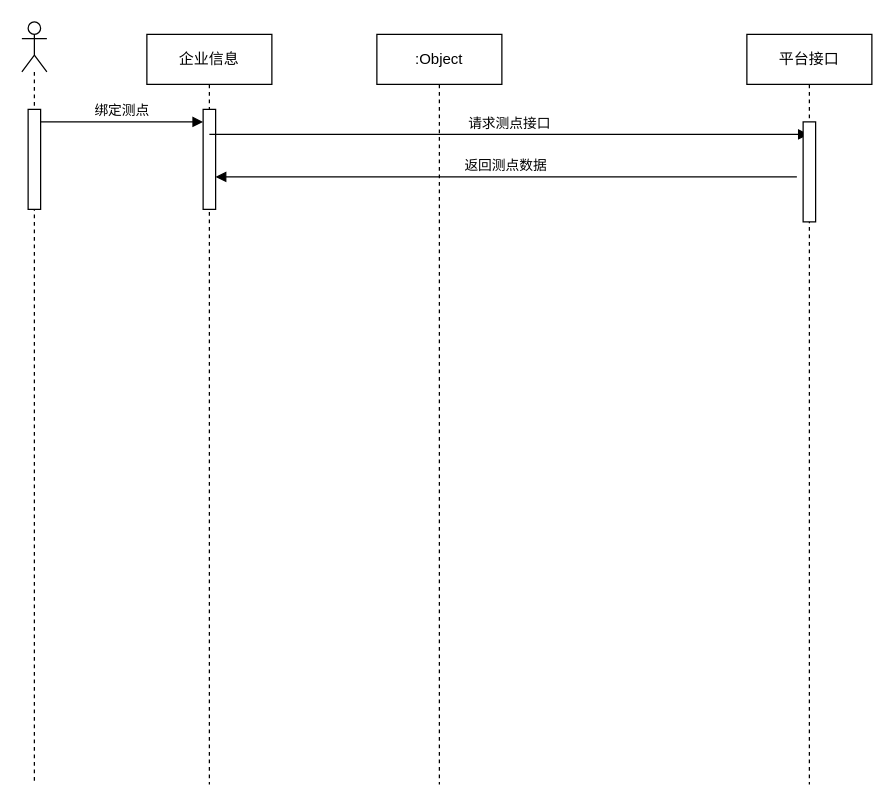
The draw.io diagram Untitled Diagram.drawio in Coco-katarina/UML, before the edit. Source tidied: cells renumbered, new cells numbered last; positions are measured from the earlier drawing's top-left corner, leaving out a move shared by most shapes. Both pictures are drawn from the tidied source at 125%, with x=0, y=0 at pixel (21, 21).
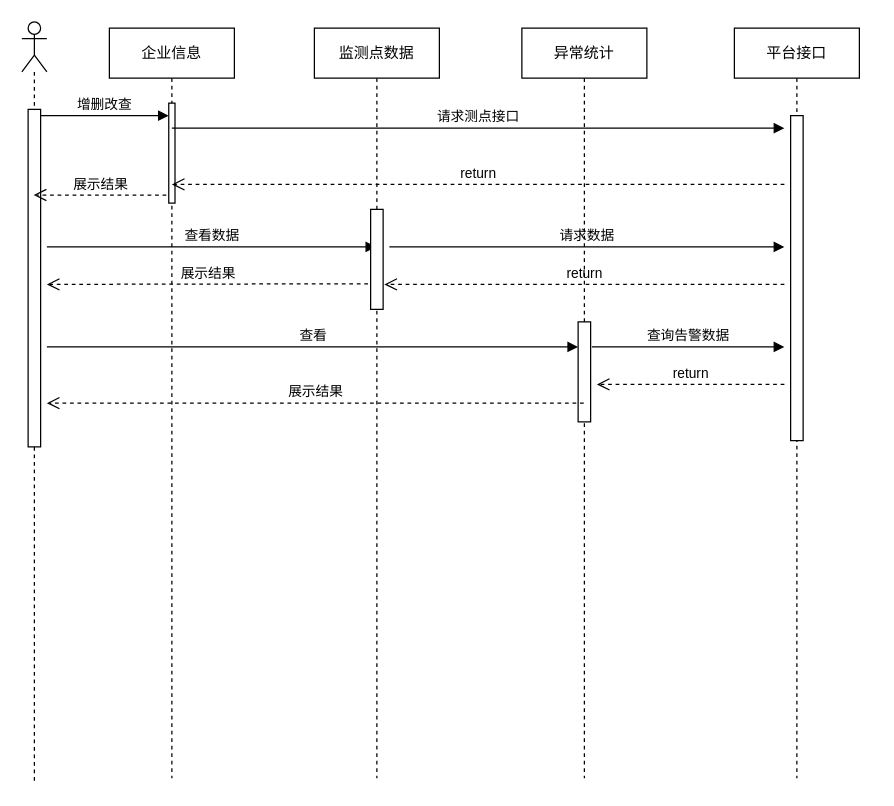
The same page after the edit.

Commit message:
南昌二期环保.drawio

Unchanged cells that the change refers to:
```xml
<mxCell id="5" style="shape=umlLifeline;participant=umlActor;perimeter=lifelinePerimeter;whiteSpace=wrap;html=1;verticalAlign=top;spacingTop=36;outlineConnect=0;" parent="1" vertex="1">
  <mxGeometry width="20" height="610" as="geometry" />
</mxCell>
```

The edit, as a diff of the source:
```diff
@@
     <mxCell id="2" value="企业信息" style="shape=umlLifeline;perimeter=lifelinePerimeter;whiteSpace=wrap;html=1;" parent="1" vertex="1">
-      <mxGeometry x="100" y="10" width="100" height="600" as="geometry" />
+      <mxGeometry x="70" y="5" width="100" height="600" as="geometry" />
     </mxCell>
     <mxCell id="3" style="html=1;points=[];perimeter=orthogonalPerimeter;" parent="2" vertex="1">
-      <mxGeometry x="45" y="60" width="10" height="80" as="geometry" />
+      <mxGeometry x="47.5" y="60" width="5" height="80" as="geometry" />
     </mxCell>
-    <mxCell id="4" value="请求测点接口" style="html=1;verticalAlign=bottom;endArrow=block;" parent="2" edge="1" target="7">
+    <mxCell id="4" value="请求测点接口" style="html=1;verticalAlign=bottom;endArrow=block;exitX=0.5;exitY=0.25;exitDx=0;exitDy=0;exitPerimeter=0;" parent="2" edge="1" source="3">
       <mxGeometry relative="1" as="geometry">
-        <mxPoint x="50" y="80" as="sourcePoint" />
+        <mxPoint x="540" y="80" as="targetPoint" />
       </mxGeometry>
     </mxCell>
@@
     <mxCell id="6" style="html=1;points=[];perimeter=orthogonalPerimeter;" parent="5" vertex="1">
-      <mxGeometry x="5" y="70" width="10" height="80" as="geometry" />
+      <mxGeometry x="5" y="70" width="10" height="270" as="geometry" />
     </mxCell>
+    <mxCell id="12" value="查看数据" style="html=1;verticalAlign=bottom;endArrow=block;" parent="5" edge="1" target="9">
+      <mxGeometry relative="1" as="geometry">
+        <mxPoint x="20" y="180" as="sourcePoint" />
+      </mxGeometry>
+    </mxCell>
+    <mxCell id="13" value="查看" style="html=1;verticalAlign=bottom;endArrow=block;" parent="5" edge="1" target="21">
+      <mxGeometry relative="1" as="geometry">
+        <mxPoint x="20" y="260" as="sourcePoint" />
+      </mxGeometry>
+    </mxCell>
     <mxCell id="7" value="平台接口" style="shape=umlLifeline;perimeter=lifelinePerimeter;whiteSpace=wrap;html=1;outlineConnect=0;" parent="1" vertex="1">
-      <mxGeometry x="580" y="10" width="100" height="600" as="geometry" />
+      <mxGeometry x="570" y="5" width="100" height="600" as="geometry" />
     </mxCell>
     <mxCell id="8" style="html=1;points=[];perimeter=orthogonalPerimeter;" parent="7" vertex="1">
-      <mxGeometry x="45" y="70" width="10" height="80" as="geometry" />
+      <mxGeometry x="45" y="70" width="10" height="260" as="geometry" />
     </mxCell>
-    <mxCell id="9" value=":Object" style="shape=umlLifeline;perimeter=lifelinePerimeter;whiteSpace=wrap;html=1;outlineConnect=0;" parent="1" vertex="1">
-      <mxGeometry x="284" y="10" width="100" height="600" as="geometry" />
+    <mxCell id="9" value="监测点数据" style="shape=umlLifeline;perimeter=lifelinePerimeter;whiteSpace=wrap;html=1;outlineConnect=0;" parent="1" vertex="1">
+      <mxGeometry x="234" y="5" width="100" height="600" as="geometry" />
     </mxCell>
+    <mxCell id="14" style="html=1;points=[];perimeter=orthogonalPerimeter;" parent="9" vertex="1">
+      <mxGeometry x="45" y="145" width="10" height="80" as="geometry" />
+    </mxCell>
+    <mxCell id="15" value="请求数据" style="html=1;verticalAlign=bottom;endArrow=block;" parent="9" edge="1">
+      <mxGeometry relative="1" as="geometry">
+        <mxPoint x="60" y="175" as="sourcePoint" />
+        <mxPoint x="376" y="175" as="targetPoint" />
+      </mxGeometry>
+    </mxCell>
-    <mxCell id="10" value="绑定测点&lt;br&gt;" style="html=1;verticalAlign=bottom;endArrow=block;entryX=0;entryY=0.125;entryDx=0;entryDy=0;entryPerimeter=0;" parent="1" edge="1" source="6" target="3">
+    <mxCell id="10" value="增删改查" style="html=1;verticalAlign=bottom;endArrow=block;entryX=0;entryY=0.125;entryDx=0;entryDy=0;entryPerimeter=0;" parent="1" edge="1" source="6" target="3">
       <mxGeometry relative="1" as="geometry" />
     </mxCell>
-    <mxCell id="11" value="返回测点数据" style="html=1;verticalAlign=bottom;endArrow=block;exitX=-0.5;exitY=0.55;exitDx=0;exitDy=0;exitPerimeter=0;" parent="1" edge="1" source="8" target="3">
-      <mxGeometry relative="1" as="geometry" />
-    </mxCell>
+    <mxCell id="16" value="return" style="html=1;verticalAlign=bottom;endArrow=open;dashed=1;endSize=8;entryX=0.5;entryY=0.813;entryDx=0;entryDy=0;entryPerimeter=0;" parent="1" edge="1" target="3">
+      <mxGeometry relative="1" as="geometry">
+        <mxPoint x="610" y="130" as="sourcePoint" />
+      </mxGeometry>
+    </mxCell>
+    <mxCell id="17" value="展示结果" style="html=1;verticalAlign=bottom;endArrow=open;dashed=1;endSize=8;exitX=-0.39;exitY=0.919;exitDx=0;exitDy=0;exitPerimeter=0;" parent="1" edge="1" source="3" target="5">
+      <mxGeometry relative="1" as="geometry" />
+    </mxCell>
+    <mxCell id="18" value="return" style="html=1;verticalAlign=bottom;endArrow=open;dashed=1;endSize=8;" parent="1" edge="1">
+      <mxGeometry relative="1" as="geometry">
+        <mxPoint x="610" y="210" as="sourcePoint" />
+        <mxPoint x="290" y="210" as="targetPoint" />
+      </mxGeometry>
+    </mxCell>
+    <mxCell id="19" value="展示结果" style="html=1;verticalAlign=bottom;endArrow=open;dashed=1;endSize=8;exitX=-0.207;exitY=0.744;exitDx=0;exitDy=0;exitPerimeter=0;" parent="1" edge="1" source="14">
+      <mxGeometry relative="1" as="geometry">
+        <mxPoint x="20" y="210" as="targetPoint" />
+      </mxGeometry>
+    </mxCell>
+    <mxCell id="20" value="异常统计" style="shape=umlLifeline;perimeter=lifelinePerimeter;whiteSpace=wrap;html=1;outlineConnect=0;" parent="1" vertex="1">
+      <mxGeometry x="400" y="5" width="100" height="600" as="geometry" />
+    </mxCell>
+    <mxCell id="21" style="html=1;points=[];perimeter=orthogonalPerimeter;" parent="20" vertex="1">
+      <mxGeometry x="45" y="235" width="10" height="80" as="geometry" />
+    </mxCell>
+    <mxCell id="22" value="查询告警数据" style="html=1;verticalAlign=bottom;endArrow=block;" parent="20" edge="1">
+      <mxGeometry relative="1" as="geometry">
+        <mxPoint x="56" y="255" as="sourcePoint" />
+        <mxPoint x="210" y="255" as="targetPoint" />
+      </mxGeometry>
+    </mxCell>
+    <mxCell id="23" value="return" style="html=1;verticalAlign=bottom;endArrow=open;dashed=1;endSize=8;" parent="1" edge="1">
+      <mxGeometry relative="1" as="geometry">
+        <mxPoint x="610" y="290" as="sourcePoint" />
+        <mxPoint x="460" y="290" as="targetPoint" />
+      </mxGeometry>
+    </mxCell>
+    <mxCell id="24" value="展示结果" style="html=1;verticalAlign=bottom;endArrow=open;dashed=1;endSize=8;" parent="1" edge="1" source="20">
+      <mxGeometry relative="1" as="geometry">
+        <mxPoint x="20" y="305" as="targetPoint" />
+      </mxGeometry>
+    </mxCell>
```
